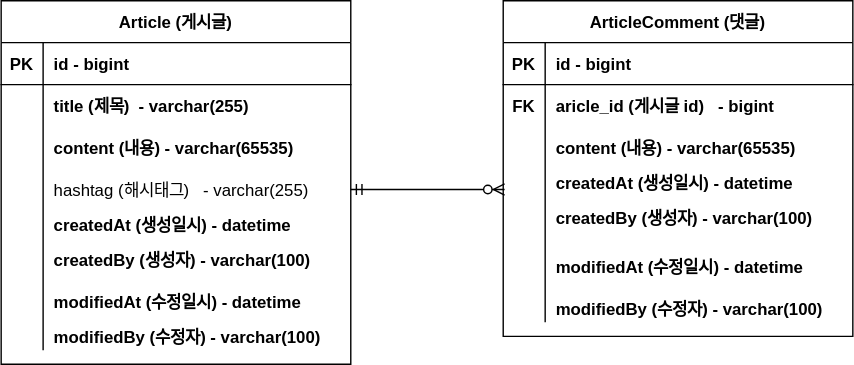
Above: document/board-erd.drawio.svg in i5046821854/board (draw.io), before the change. Source tidied: cells renumbered, new cells last; positions are measured from the earlier drawing's top-left corner, leaving out a move shared by most shapes. The source it was exported from:
```xml
<mxGraphModel>
  <root>
    <mxCell id="0" />
    <mxCell id="1" parent="0" />
    <mxCell id="2" style="edgeStyle=entityRelationEdgeStyle;endArrow=ERzeroToMany;startArrow=ERone;endFill=1;startFill=0;" parent="1" edge="1" target="x">
      <mxGeometry relative="1" as="geometry">
        <mxPoint x="580" y="45" as="sourcePoint" />
      </mxGeometry>
    </mxCell>
    <mxCell id="3" value="Article (게시글)" style="shape=table;startSize=30;rowLines=0;fontStyle=1;align=center;" parent="1" vertex="1">
      <mxGeometry width="250" height="260" as="geometry" />
    </mxCell>
    <mxCell id="4" style="shape=partialRectangle;fillColor=none;top=0;left=0;right=0;bottom=1;" parent="3" vertex="1">
      <mxGeometry y="30" width="250" height="30" as="geometry" />
    </mxCell>
    <mxCell id="5" value="PK" style="shape=partialRectangle;overflow=hidden;fillColor=none;top=0;left=0;bottom=0;right=0;fontStyle=1;" parent="4" vertex="1">
      <mxGeometry width="30" height="30" as="geometry" />
    </mxCell>
    <mxCell id="6" value="id - bigint" style="shape=partialRectangle;overflow=hidden;fillColor=none;top=0;left=0;bottom=0;right=0;align=left;spacingLeft=6;fontStyle=1;" parent="4" vertex="1">
      <mxGeometry x="30" width="220" height="30" as="geometry" />
    </mxCell>
    <mxCell id="7" style="shape=partialRectangle;fillColor=none;top=0;left=0;right=0;bottom=0;" parent="3" vertex="1">
      <mxGeometry y="60" width="250" height="30" as="geometry" />
    </mxCell>
    <mxCell id="8" style="shape=partialRectangle;overflow=hidden;fillColor=none;top=0;left=0;bottom=0;right=0;" parent="7" vertex="1">
      <mxGeometry width="30" height="30" as="geometry" />
    </mxCell>
    <mxCell id="9" value="title (제목)  - varchar(255)" style="shape=partialRectangle;overflow=hidden;fillColor=none;top=0;left=0;bottom=0;right=0;align=left;spacingLeft=6;fontStyle=1;" parent="7" vertex="1">
      <mxGeometry x="30" width="220" height="30" as="geometry" />
    </mxCell>
    <mxCell id="10" style="shape=partialRectangle;fillColor=none;top=0;left=0;right=0;bottom=0;" parent="3" vertex="1">
      <mxGeometry y="90" width="250" height="30" as="geometry" />
    </mxCell>
    <mxCell id="11" style="shape=partialRectangle;overflow=hidden;fillColor=none;top=0;left=0;bottom=0;right=0;" parent="10" vertex="1">
      <mxGeometry width="30" height="30" as="geometry" />
    </mxCell>
    <mxCell id="12" value="content (내용) - varchar(65535)" style="shape=partialRectangle;overflow=hidden;fillColor=none;top=0;left=0;bottom=0;right=0;align=left;spacingLeft=6;fontStyle=1;" parent="10" vertex="1">
      <mxGeometry x="30" width="220" height="30" as="geometry" />
    </mxCell>
    <mxCell id="13" style="shape=partialRectangle;fillColor=none;points=[[0,0.5],[1,0.5]];portConstraint=eastwest;top=0;left=0;right=0;bottom=0;" parent="3" vertex="1">
      <mxGeometry y="120" width="250" height="30" as="geometry" />
    </mxCell>
    <mxCell id="14" style="shape=partialRectangle;overflow=hidden;fillColor=none;top=0;left=0;bottom=0;right=0;" parent="13" vertex="1">
      <mxGeometry width="30" height="30" as="geometry" />
    </mxCell>
    <mxCell id="15" value="hashtag (해시태그)   - varchar(255)" style="shape=partialRectangle;overflow=hidden;fillColor=none;top=0;left=0;bottom=0;right=0;align=left;spacingLeft=6;" parent="13" vertex="1">
      <mxGeometry x="30" width="220" height="30" as="geometry" />
    </mxCell>
    <mxCell id="16" style="shape=partialRectangle;fillColor=none;top=0;left=0;right=0;bottom=0;" parent="3" vertex="1">
      <mxGeometry y="150" width="250" height="20" as="geometry" />
    </mxCell>
    <mxCell id="17" style="shape=partialRectangle;overflow=hidden;fillColor=none;top=0;left=0;bottom=0;right=0;" parent="16" vertex="1">
      <mxGeometry width="30" height="20" as="geometry" />
    </mxCell>
    <mxCell id="18" value="createdAt (생성일시) - datetime" style="shape=partialRectangle;overflow=hidden;fillColor=none;top=0;left=0;bottom=0;right=0;align=left;spacingLeft=6;fontStyle=1;" parent="16" vertex="1">
      <mxGeometry x="30" width="220" height="20" as="geometry" />
    </mxCell>
    <mxCell id="19" style="shape=partialRectangle;fillColor=none;top=0;left=0;right=0;bottom=0;" parent="3" vertex="1">
      <mxGeometry y="170" width="250" height="30" as="geometry" />
    </mxCell>
    <mxCell id="20" style="shape=partialRectangle;overflow=hidden;fillColor=none;top=0;left=0;bottom=0;right=0;" parent="19" vertex="1">
      <mxGeometry width="30" height="30" as="geometry" />
    </mxCell>
    <mxCell id="21" value="createdBy (생성자) - varchar(100)" style="shape=partialRectangle;overflow=hidden;fillColor=none;top=0;left=0;bottom=0;right=0;align=left;spacingLeft=6;fontStyle=1;" parent="19" vertex="1">
      <mxGeometry x="30" width="220" height="30" as="geometry" />
    </mxCell>
    <mxCell id="22" style="shape=partialRectangle;fillColor=none;top=0;left=0;right=0;bottom=0;fontStyle=0;" parent="3" vertex="1">
      <mxGeometry y="200" width="250" height="30" as="geometry" />
    </mxCell>
    <mxCell id="23" style="shape=partialRectangle;overflow=hidden;fillColor=none;top=0;left=0;bottom=0;right=0;" parent="22" vertex="1">
      <mxGeometry width="30" height="30" as="geometry" />
    </mxCell>
    <mxCell id="24" value="modifiedAt (수정일시) - datetime" style="shape=partialRectangle;overflow=hidden;fillColor=none;top=0;left=0;bottom=0;right=0;align=left;spacingLeft=6;fontStyle=1;" parent="22" vertex="1">
      <mxGeometry x="30" width="220" height="30" as="geometry" />
    </mxCell>
    <mxCell id="25" style="shape=partialRectangle;fillColor=none;top=0;left=0;right=0;bottom=0;" parent="3" vertex="1">
      <mxGeometry y="230" width="250" height="20" as="geometry" />
    </mxCell>
    <mxCell id="26" value="            " style="shape=partialRectangle;overflow=hidden;fillColor=none;top=0;left=0;bottom=0;right=0;" parent="25" vertex="1">
      <mxGeometry width="30" height="20" as="geometry" />
    </mxCell>
    <mxCell id="27" value="modifiedBy (수정자) - varchar(100)" style="shape=partialRectangle;overflow=hidden;fillColor=none;top=0;left=0;bottom=0;right=0;align=left;spacingLeft=6;fontStyle=1;" parent="25" vertex="1">
      <mxGeometry x="30" width="220" height="20" as="geometry" />
    </mxCell>
    <mxCell id="28" value="ArticleComment (댓글)" style="shape=table;startSize=30;rowLines=0;fontStyle=1;align=center;" parent="1" vertex="1">
      <mxGeometry x="359" width="250" height="240" as="geometry" />
    </mxCell>
    <mxCell id="29" style="shape=partialRectangle;fillColor=none;top=0;left=0;right=0;bottom=1;" parent="28" vertex="1">
      <mxGeometry y="30" width="250" height="30" as="geometry" />
    </mxCell>
    <mxCell id="30" value="PK" style="shape=partialRectangle;overflow=hidden;fillColor=none;top=0;left=0;bottom=0;right=0;fontStyle=1;" parent="29" vertex="1">
      <mxGeometry width="30" height="30" as="geometry" />
    </mxCell>
    <mxCell id="31" value="id - bigint" style="shape=partialRectangle;overflow=hidden;fillColor=none;top=0;left=0;bottom=0;right=0;align=left;spacingLeft=6;fontStyle=1;" parent="29" vertex="1">
      <mxGeometry x="30" width="220" height="30" as="geometry" />
    </mxCell>
    <mxCell id="32" style="shape=partialRectangle;fillColor=none;top=0;left=0;right=0;bottom=0;" parent="28" vertex="1">
      <mxGeometry y="60" width="250" height="30" as="geometry" />
    </mxCell>
    <mxCell id="33" value="FK" style="shape=partialRectangle;overflow=hidden;fillColor=none;top=0;left=0;bottom=0;right=0;fontStyle=1;" parent="32" vertex="1">
      <mxGeometry width="30" height="30" as="geometry" />
    </mxCell>
    <mxCell id="34" value="aricle_id (게시글 id)   - bigint" style="shape=partialRectangle;overflow=hidden;fillColor=none;top=0;left=0;bottom=0;right=0;align=left;spacingLeft=6;fontStyle=1;" parent="32" vertex="1">
      <mxGeometry x="30" width="220" height="30" as="geometry" />
    </mxCell>
    <mxCell id="35" style="shape=partialRectangle;fillColor=none;top=0;left=0;right=0;bottom=0;" parent="28" vertex="1">
      <mxGeometry y="90" width="250" height="30" as="geometry" />
    </mxCell>
    <mxCell id="36" style="shape=partialRectangle;overflow=hidden;fillColor=none;top=0;left=0;bottom=0;right=0;" parent="35" vertex="1">
      <mxGeometry width="30" height="30" as="geometry" />
    </mxCell>
    <mxCell id="37" value="content (내용) - varchar(65535)" style="shape=partialRectangle;overflow=hidden;fillColor=none;top=0;left=0;bottom=0;right=0;align=left;spacingLeft=6;fontStyle=1;" parent="35" vertex="1">
      <mxGeometry x="30" width="220" height="30" as="geometry" />
    </mxCell>
    <mxCell id="38" style="shape=partialRectangle;fillColor=none;top=0;left=0;right=0;bottom=0;" parent="28" vertex="1">
      <mxGeometry y="120" width="250" height="20" as="geometry" />
    </mxCell>
    <mxCell id="39" style="shape=partialRectangle;overflow=hidden;fillColor=none;top=0;left=0;bottom=0;right=0;" parent="38" vertex="1">
      <mxGeometry width="30" height="20" as="geometry" />
    </mxCell>
    <mxCell id="40" value="createdAt (생성일시) - datetime" style="shape=partialRectangle;overflow=hidden;fillColor=none;top=0;left=0;bottom=0;right=0;align=left;spacingLeft=6;fontStyle=1;" parent="38" vertex="1">
      <mxGeometry x="30" width="220" height="20" as="geometry" />
    </mxCell>
    <mxCell id="41" style="shape=partialRectangle;fillColor=none;top=0;left=0;right=0;bottom=0;" parent="28" vertex="1">
      <mxGeometry y="140" width="250" height="30" as="geometry" />
    </mxCell>
    <mxCell id="42" style="shape=partialRectangle;overflow=hidden;fillColor=none;top=0;left=0;bottom=0;right=0;" parent="41" vertex="1">
      <mxGeometry width="30" height="30" as="geometry" />
    </mxCell>
    <mxCell id="43" value="createdBy (생성자) - varchar(100)" style="shape=partialRectangle;overflow=hidden;fillColor=none;top=0;left=0;bottom=0;right=0;align=left;spacingLeft=6;fontStyle=1;" parent="41" vertex="1">
      <mxGeometry x="30" width="220" height="30" as="geometry" />
    </mxCell>
    <mxCell id="44" style="shape=partialRectangle;fillColor=none;top=0;left=0;right=0;bottom=0;" parent="28" vertex="1">
      <mxGeometry y="170" width="250" height="40" as="geometry" />
    </mxCell>
    <mxCell id="45" style="shape=partialRectangle;overflow=hidden;fillColor=none;top=0;left=0;bottom=0;right=0;" parent="44" vertex="1">
      <mxGeometry width="30" height="40" as="geometry" />
    </mxCell>
    <mxCell id="46" value="modifiedAt (수정일시) - datetime" style="shape=partialRectangle;overflow=hidden;fillColor=none;top=0;left=0;bottom=0;right=0;align=left;spacingLeft=6;fontStyle=1;" parent="44" vertex="1">
      <mxGeometry x="30" width="220" height="40" as="geometry" />
    </mxCell>
    <mxCell id="47" style="shape=partialRectangle;fillColor=none;top=0;left=0;right=0;bottom=0;" parent="28" vertex="1">
      <mxGeometry y="210" width="250" height="20" as="geometry" />
    </mxCell>
    <mxCell id="48" value="            " style="shape=partialRectangle;overflow=hidden;fillColor=none;top=0;left=0;bottom=0;right=0;" parent="47" vertex="1">
      <mxGeometry width="30" height="20" as="geometry" />
    </mxCell>
    <mxCell id="49" value="modifiedBy (수정자) - varchar(100)" style="shape=partialRectangle;overflow=hidden;fillColor=none;top=0;left=0;bottom=0;right=0;align=left;spacingLeft=6;fontStyle=1;" parent="47" vertex="1">
      <mxGeometry x="30" width="220" height="20" as="geometry" />
    </mxCell>
    <mxCell id="50" style="fontSize=12;html=1;endArrow=ERzeroToMany;startArrow=ERmandOne;rounded=0;exitX=1;exitY=0.5;exitDx=0;exitDy=0;" parent="1" edge="1" source="13">
      <mxGeometry relative="1" as="geometry">
        <mxPoint x="360" y="135" as="targetPoint" />
      </mxGeometry>
    </mxCell>
  </root>
</mxGraphModel>
```
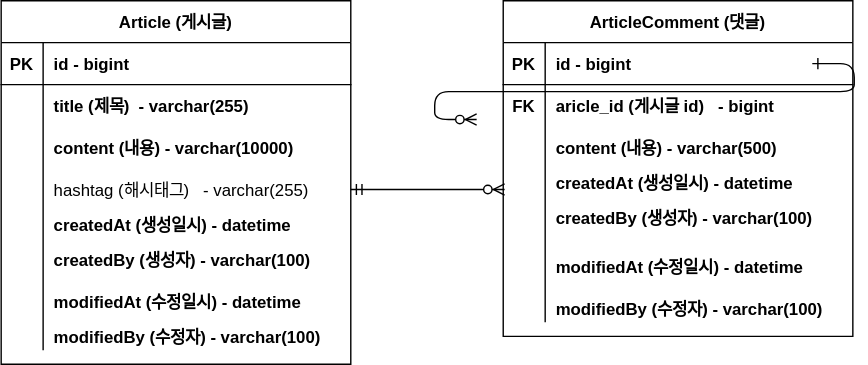
Above is the later version.

Commit message:
#10 - erd 업데이트 : content 사이즈 변경

Change to the diagram source:
```diff
@@ -2,9 +2,10 @@
   <root>
     <mxCell id="0" />
     <mxCell id="1" parent="0" />
-    <mxCell id="2" style="edgeStyle=entityRelationEdgeStyle;endArrow=ERzeroToMany;startArrow=ERone;endFill=1;startFill=0;" parent="1" edge="1" target="x">
+    <mxCell id="2" style="edgeStyle=entityRelationEdgeStyle;endArrow=ERzeroToMany;startArrow=ERone;endFill=1;startFill=0;" parent="1" edge="1">
       <mxGeometry relative="1" as="geometry">
         <mxPoint x="580" y="45" as="sourcePoint" />
+        <mxPoint x="340" y="85" as="targetPoint" />
       </mxGeometry>
     </mxCell>
     <mxCell id="3" value="Article (게시글)" style="shape=table;startSize=30;rowLines=0;fontStyle=1;align=center;" parent="1" vertex="1">
@@ -34,7 +35,7 @@
     <mxCell id="11" style="shape=partialRectangle;overflow=hidden;fillColor=none;top=0;left=0;bottom=0;right=0;" parent="10" vertex="1">
       <mxGeometry width="30" height="30" as="geometry" />
     </mxCell>
-    <mxCell id="12" value="content (내용) - varchar(65535)" style="shape=partialRectangle;overflow=hidden;fillColor=none;top=0;left=0;bottom=0;right=0;align=left;spacingLeft=6;fontStyle=1;" parent="10" vertex="1">
+    <mxCell id="12" value="content (내용) - varchar(10000)" style="shape=partialRectangle;overflow=hidden;fillColor=none;top=0;left=0;bottom=0;right=0;align=left;spacingLeft=6;fontStyle=1;" parent="10" vertex="1">
       <mxGeometry x="30" width="220" height="30" as="geometry" />
     </mxCell>
     <mxCell id="13" style="shape=partialRectangle;fillColor=none;points=[[0,0.5],[1,0.5]];portConstraint=eastwest;top=0;left=0;right=0;bottom=0;" parent="3" vertex="1">
@@ -109,7 +110,7 @@
     <mxCell id="36" style="shape=partialRectangle;overflow=hidden;fillColor=none;top=0;left=0;bottom=0;right=0;" parent="35" vertex="1">
       <mxGeometry width="30" height="30" as="geometry" />
     </mxCell>
-    <mxCell id="37" value="content (내용) - varchar(65535)" style="shape=partialRectangle;overflow=hidden;fillColor=none;top=0;left=0;bottom=0;right=0;align=left;spacingLeft=6;fontStyle=1;" parent="35" vertex="1">
+    <mxCell id="37" value="content (내용) - varchar(500)" style="shape=partialRectangle;overflow=hidden;fillColor=none;top=0;left=0;bottom=0;right=0;align=left;spacingLeft=6;fontStyle=1;" parent="35" vertex="1">
       <mxGeometry x="30" width="220" height="30" as="geometry" />
     </mxCell>
     <mxCell id="38" style="shape=partialRectangle;fillColor=none;top=0;left=0;right=0;bottom=0;" parent="28" vertex="1">
```
